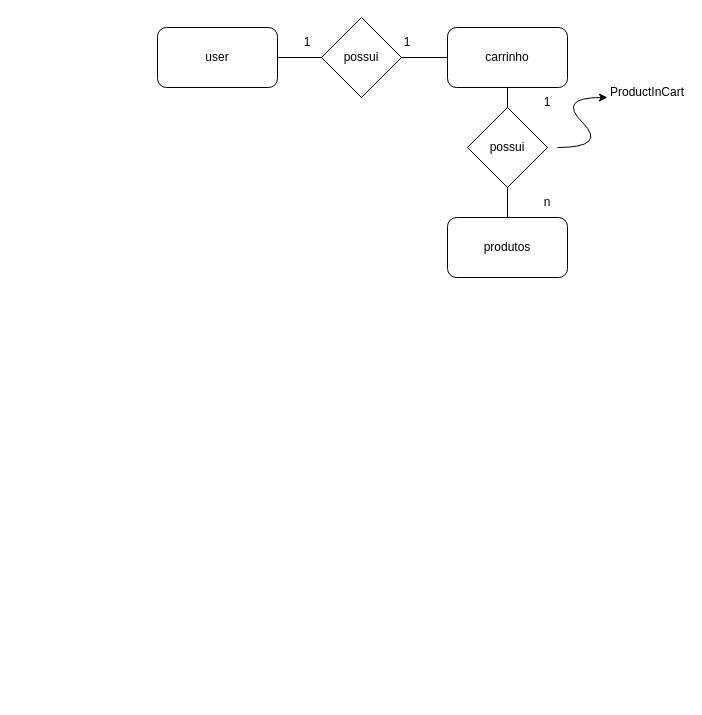
Earlier version of the draw.io diagram e-commerce.drawio (thomz2/diagrams). Source tidied: cells renumbered, new cells numbered last; positions are measured from the earlier drawing's top-left corner, leaving out a move shared by most shapes. Both pictures are drawn from the tidied source at 100%, with x=0, y=0 at pixel (157, 17).
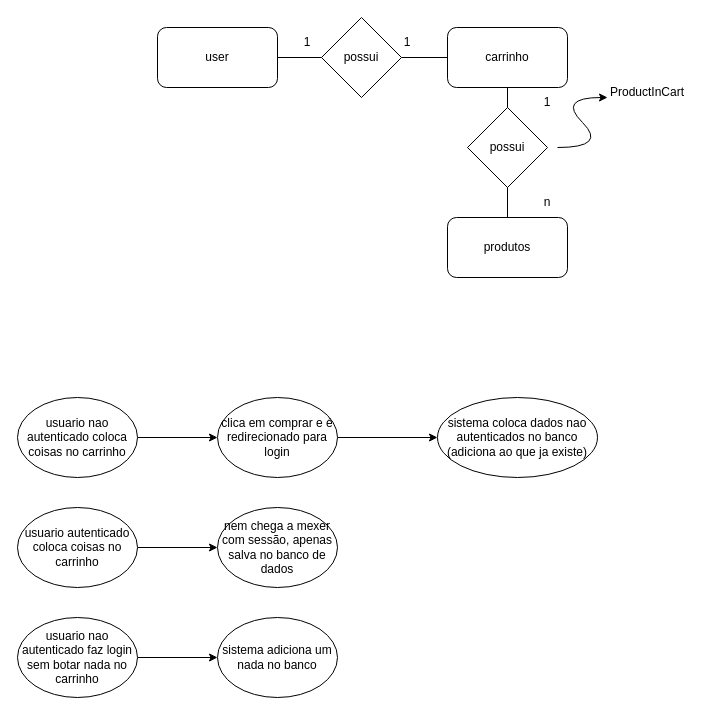
The same diagram, later.

Change to the diagram source:
```diff
@@
+    <mxCell id="17" style="edgeStyle=orthogonalEdgeStyle;rounded=0;jettySize=auto;html=1;" parent="1" edge="1" source="18" target="20">
+      <mxGeometry relative="1" as="geometry" />
+    </mxCell>
+    <mxCell id="18" value="usuario nao autenticado coloca coisas no carrinho" style="ellipse;whiteSpace=wrap;html=1;" parent="1" vertex="1">
+      <mxGeometry x="-140" y="380" width="120" height="80" as="geometry" />
+    </mxCell>
+    <mxCell id="19" style="edgeStyle=orthogonalEdgeStyle;rounded=0;jettySize=auto;html=1;" parent="1" edge="1" source="20" target="21">
+      <mxGeometry relative="1" as="geometry" />
+    </mxCell>
+    <mxCell id="20" value="clica em comprar e é redirecionado para login" style="ellipse;whiteSpace=wrap;html=1;" parent="1" vertex="1">
+      <mxGeometry x="60" y="380" width="120" height="80" as="geometry" />
+    </mxCell>
+    <mxCell id="21" value="sistema coloca dados nao autenticados no banco (adiciona ao que ja existe)" style="ellipse;whiteSpace=wrap;html=1;" parent="1" vertex="1">
+      <mxGeometry x="280" y="380" width="160" height="80" as="geometry" />
+    </mxCell>
+    <mxCell id="22" style="edgeStyle=orthogonalEdgeStyle;rounded=0;jettySize=auto;html=1;" parent="1" edge="1" source="23" target="24">
+      <mxGeometry relative="1" as="geometry" />
+    </mxCell>
+    <mxCell id="23" value="usuario autenticado coloca coisas no carrinho" style="ellipse;whiteSpace=wrap;html=1;" parent="1" vertex="1">
+      <mxGeometry x="-140" y="490" width="120" height="80" as="geometry" />
+    </mxCell>
+    <mxCell id="24" value="nem chega a mexer com sessão, apenas salva no banco de dados" style="ellipse;whiteSpace=wrap;html=1;" parent="1" vertex="1">
+      <mxGeometry x="60" y="490" width="120" height="80" as="geometry" />
+    </mxCell>
+    <mxCell id="25" style="edgeStyle=orthogonalEdgeStyle;rounded=0;jettySize=auto;html=1;" parent="1" edge="1" source="26" target="27">
+      <mxGeometry relative="1" as="geometry" />
+    </mxCell>
+    <mxCell id="26" value="usuario nao autenticado faz login sem botar nada no carrinho" style="ellipse;whiteSpace=wrap;html=1;" parent="1" vertex="1">
+      <mxGeometry x="-140" y="600" width="120" height="80" as="geometry" />
+    </mxCell>
+    <mxCell id="27" value="sistema adiciona um nada no banco" style="ellipse;whiteSpace=wrap;html=1;" parent="1" vertex="1">
+      <mxGeometry x="60" y="600" width="120" height="80" as="geometry" />
+    </mxCell>
```
